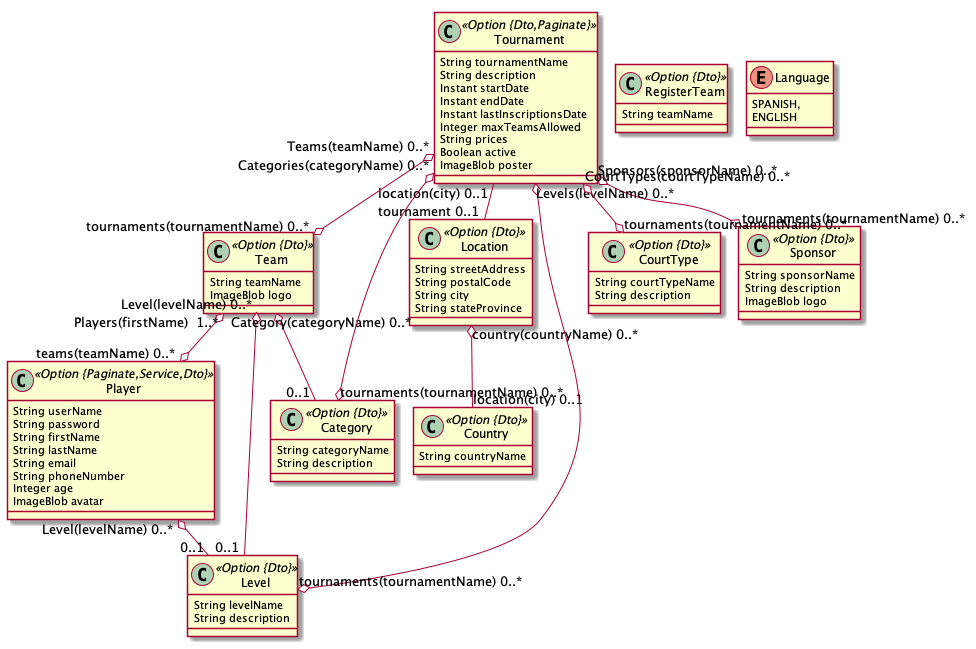
The PlantUML diagram padel-tm-app-gpt.png in jjsanbra/padelTMApp, before a commit.
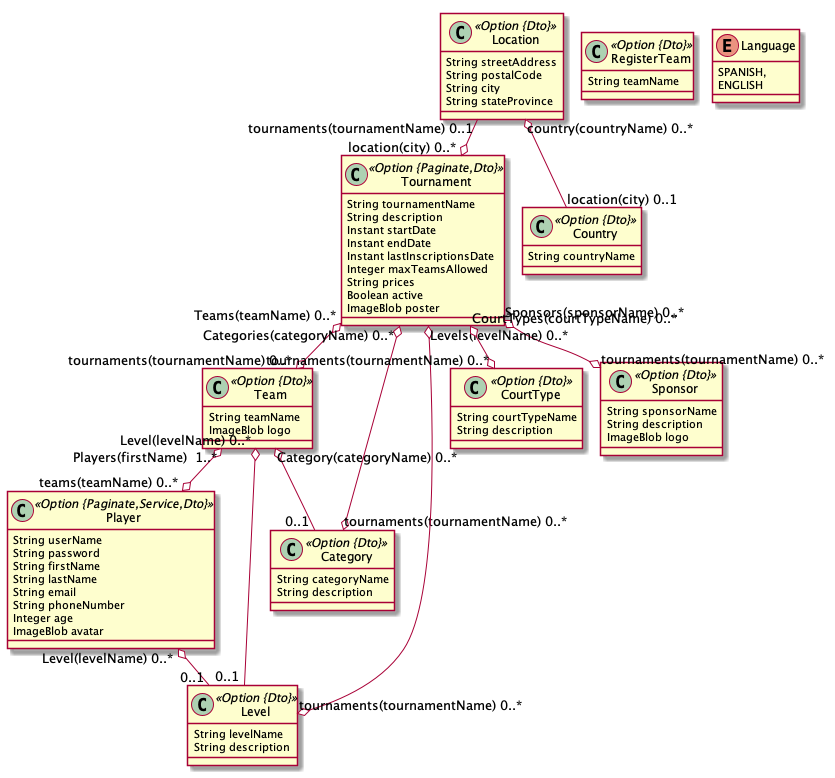
After the commit.

The edit, as a diff of the source:
```diff
@@ -1,7 +1,7 @@
 @startuml
 	!pragma layout smetana
 	!pragma syntax class
-	class Tournament <<Option {Dto,Paginate}>> {
+	class Tournament <<Option {Paginate,Dto}>> {
 		String tournamentName
 		String description
 		Instant startDate
@@ -59,7 +59,7 @@
 		SPANISH,
 		ENGLISH
 	}
-	Tournament  "location(city) 0..1 " -- "tournament 0..1 "  Location
+	Location  "tournaments(tournamentName) 0..1 " --o "location(city) 0..* "  Tournament
 	Player  "Level(levelName) 0..* " o-- "0..1 "  Level
 	Team  "Level(levelName) 0..* " o-- "0..1 "  Level
 	Team  "Category(categoryName) 0..* " o-- "0..1 "  Category
```
